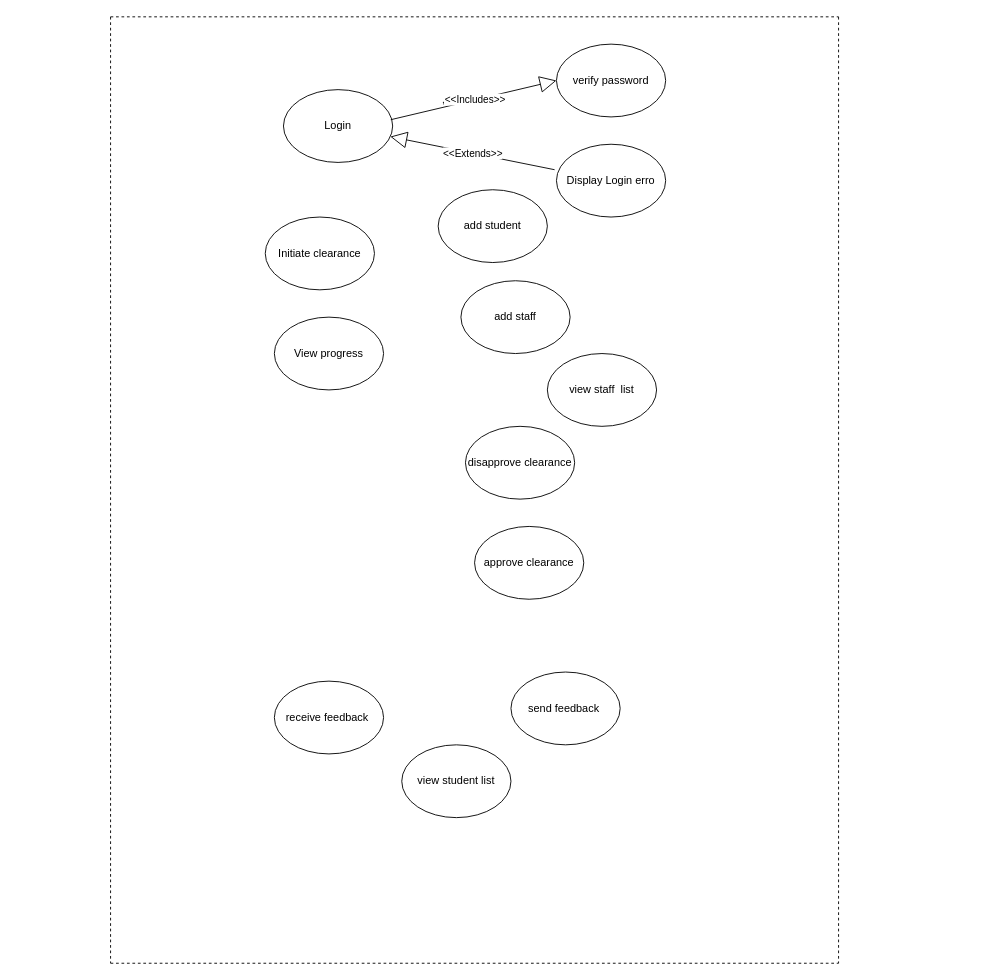
This is clearance use case diagram.drawio from Nelsonfrank/MyToDo-List, a draw.io file, before an edit. Source tidied: cells renumbered, new cells numbered last; positions are measured from the earlier drawing's top-left corner, leaving out a move shared by most shapes. Both pictures are drawn from the tidied source at 91%, with x=0, y=0 at pixel (110, 16).
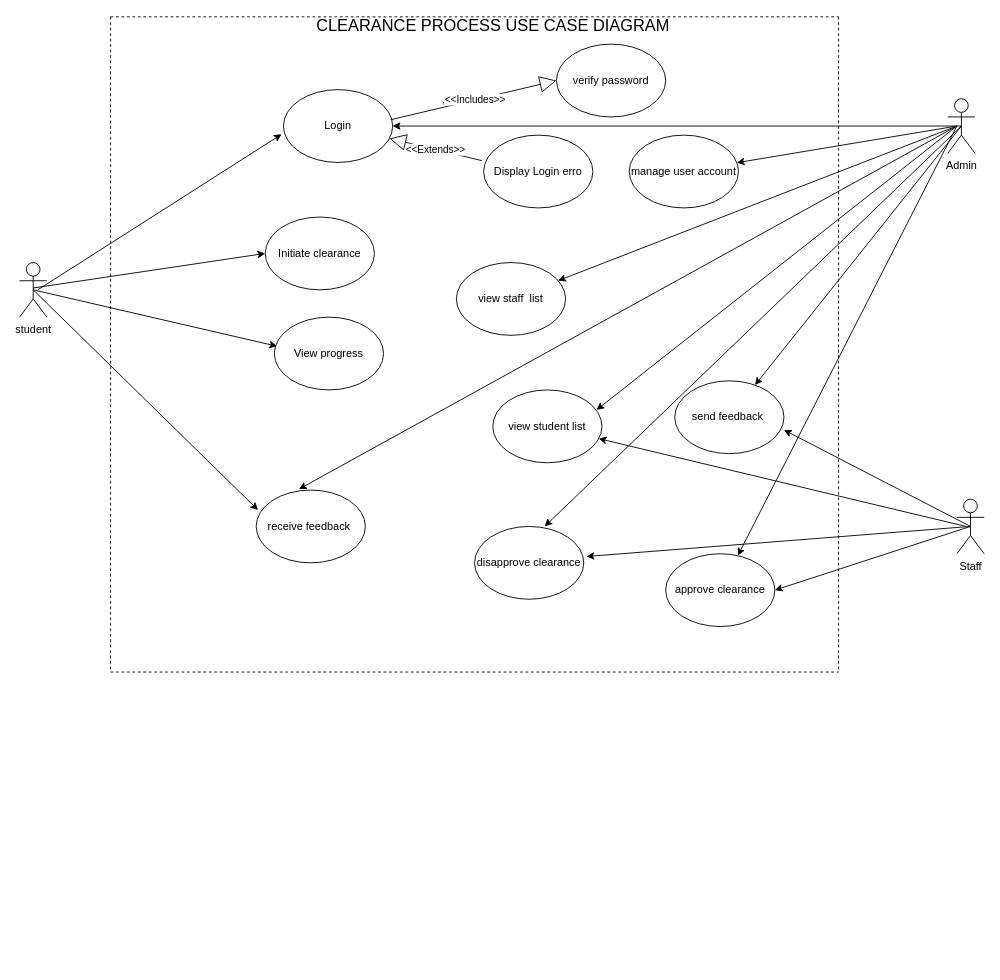
The same diagram, later.

Unchanged cells that the change refers to:
```xml
<mxCell id="6" value="Login" style="ellipse;whiteSpace=wrap;html=1;" parent="1" vertex="1">
  <mxGeometry x="190" y="80" width="120" height="80" as="geometry" />
</mxCell>
<mxCell id="11" value="Initiate clearance" style="ellipse;whiteSpace=wrap;html=1;" parent="1" vertex="1">
  <mxGeometry x="170" y="220" width="120" height="80" as="geometry" />
</mxCell>
<mxCell id="12" value="View progress" style="ellipse;whiteSpace=wrap;html=1;" parent="1" vertex="1">
  <mxGeometry x="180" y="330" width="120" height="80" as="geometry" />
</mxCell>
```

The edit, as a diff of the source:
```diff
@@
     <mxCell id="2" style="endArrow=none;dashed=1;html=1;" parent="1" edge="1">
       <mxGeometry relative="1" as="geometry">
-        <mxPoint y="1040" as="sourcePoint" />
-        <mxPoint x="800" y="1040" as="targetPoint" />
+        <mxPoint y="720" as="sourcePoint" />
+        <mxPoint x="800" y="720" as="targetPoint" />
       </mxGeometry>
     </mxCell>
     <mxCell id="3" style="endArrow=none;dashed=1;html=1;" parent="1" edge="1">
       <mxGeometry relative="1" as="geometry">
         <mxPoint x="800" as="sourcePoint" />
-        <mxPoint x="800" y="1040" as="targetPoint" />
+        <mxPoint x="800" y="720" as="targetPoint" />
       </mxGeometry>
     </mxCell>
     <mxCell id="4" style="endArrow=none;dashed=1;html=1;" parent="1" edge="1">
       <mxGeometry relative="1" as="geometry">
         <mxPoint as="sourcePoint" />
-        <mxPoint y="1040" as="targetPoint" />
+        <mxPoint y="720" as="targetPoint" />
       </mxGeometry>
     </mxCell>
@@
     <mxCell id="7" value="Display Login erro" style="ellipse;whiteSpace=wrap;html=1;" parent="1" vertex="1">
-      <mxGeometry x="490" y="140" width="120" height="80" as="geometry" />
+      <mxGeometry x="410" y="130" width="120" height="80" as="geometry" />
     </mxCell>
@@
-    <mxCell id="13" value="add student" style="ellipse;whiteSpace=wrap;html=1;" parent="1" vertex="1">
-      <mxGeometry x="360" y="190" width="120" height="80" as="geometry" />
-    </mxCell>
-    <mxCell id="14" value="add staff" style="ellipse;whiteSpace=wrap;html=1;" parent="1" vertex="1">
-      <mxGeometry x="385" y="290" width="120" height="80" as="geometry" />
+    <mxCell id="14" value="manage user account" style="ellipse;whiteSpace=wrap;html=1;" parent="1" vertex="1">
+      <mxGeometry x="570" y="130" width="120" height="80" as="geometry" />
     </mxCell>
     <mxCell id="15" value="approve clearance" style="ellipse;whiteSpace=wrap;html=1;" parent="1" vertex="1">
-      <mxGeometry x="400" y="560" width="120" height="80" as="geometry" />
+      <mxGeometry x="610" y="590" width="120" height="80" as="geometry" />
     </mxCell>
     <mxCell id="16" value="disapprove clearance" style="ellipse;whiteSpace=wrap;html=1;" parent="1" vertex="1">
-      <mxGeometry x="390" y="450" width="120" height="80" as="geometry" />
+      <mxGeometry x="400" y="560" width="120" height="80" as="geometry" />
     </mxCell>
     <mxCell id="17" value="view student list" style="ellipse;whiteSpace=wrap;html=1;" parent="1" vertex="1">
-      <mxGeometry x="320" y="800" width="120" height="80" as="geometry" />
+      <mxGeometry x="420" y="410" width="120" height="80" as="geometry" />
     </mxCell>
     <mxCell id="18" value="view staff&amp;nbsp; list" style="ellipse;whiteSpace=wrap;html=1;" parent="1" vertex="1">
-      <mxGeometry x="480" y="370" width="120" height="80" as="geometry" />
+      <mxGeometry x="380" y="270" width="120" height="80" as="geometry" />
     </mxCell>
     <mxCell id="19" value="send feedback&amp;nbsp;" style="ellipse;whiteSpace=wrap;html=1;" parent="1" vertex="1">
-      <mxGeometry x="440" y="720" width="120" height="80" as="geometry" />
+      <mxGeometry x="620" y="400" width="120" height="80" as="geometry" />
     </mxCell>
     <mxCell id="20" value="receive feedback&amp;nbsp;" style="ellipse;whiteSpace=wrap;html=1;" parent="1" vertex="1">
-      <mxGeometry x="180" y="730" width="120" height="80" as="geometry" />
+      <mxGeometry x="160" y="520" width="120" height="80" as="geometry" />
     </mxCell>
+    <mxCell id="21" style="rounded=0;jettySize=auto;html=1;entryX=0;entryY=0.5;entryDx=0;entryDy=0;" parent="1" edge="1" target="11">
+      <mxGeometry relative="1" as="geometry">
+        <mxPoint x="-85" y="298" as="sourcePoint" />
+      </mxGeometry>
+    </mxCell>
+    <mxCell id="22" value="student" style="shape=umlActor;verticalLabelPosition=bottom;verticalAlign=top;html=1;outlineConnect=0;" parent="1" vertex="1">
+      <mxGeometry x="-100" y="270" width="30" height="60" as="geometry" />
+    </mxCell>
+    <mxCell id="23" value="Admin" style="shape=umlActor;verticalLabelPosition=bottom;verticalAlign=top;html=1;outlineConnect=0;" parent="1" vertex="1">
+      <mxGeometry x="920" y="90" width="30" height="60" as="geometry" />
+    </mxCell>
+    <mxCell id="24" value="Staff" style="shape=umlActor;verticalLabelPosition=bottom;verticalAlign=top;html=1;outlineConnect=0;" parent="1" vertex="1">
+      <mxGeometry x="930" y="530" width="30" height="60" as="geometry" />
+    </mxCell>
+    <mxCell id="25" style="endArrow=classic;html=1;entryX=0.025;entryY=0.4;entryDx=0;entryDy=0;entryPerimeter=0;exitX=0.5;exitY=0.5;exitDx=0;exitDy=0;exitPerimeter=0;" parent="1" edge="1" source="22" target="12">
+      <mxGeometry relative="1" as="geometry" />
+    </mxCell>
+    <mxCell id="26" style="endArrow=classic;html=1;entryX=0.017;entryY=0.275;entryDx=0;entryDy=0;entryPerimeter=0;exitX=0.5;exitY=0.5;exitDx=0;exitDy=0;exitPerimeter=0;" parent="1" edge="1" source="22" target="20">
+      <mxGeometry relative="1" as="geometry" />
+    </mxCell>
+    <mxCell id="27" style="rounded=0;jettySize=auto;html=1;entryX=-0.017;entryY=0.613;entryDx=0;entryDy=0;entryPerimeter=0;" parent="1" edge="1" target="6">
+      <mxGeometry relative="1" as="geometry">
+        <mxPoint x="-80" y="300" as="sourcePoint" />
+      </mxGeometry>
+    </mxCell>
+    <mxCell id="28" style="endArrow=classic;html=1;exitX=0.5;exitY=0.5;exitDx=0;exitDy=0;exitPerimeter=0;" parent="1" edge="1" source="23" target="19">
+      <mxGeometry relative="1" as="geometry" />
+    </mxCell>
+    <mxCell id="29" style="endArrow=classic;html=1;exitX=0.5;exitY=0.5;exitDx=0;exitDy=0;exitPerimeter=0;" parent="1" edge="1" source="23" target="6">
+      <mxGeometry relative="1" as="geometry" />
+    </mxCell>
+    <mxCell id="30" style="endArrow=classic;html=1;" parent="1" edge="1" target="14">
+      <mxGeometry relative="1" as="geometry">
+        <mxPoint x="930" y="120" as="sourcePoint" />
+      </mxGeometry>
+    </mxCell>
+    <mxCell id="31" style="endArrow=classic;html=1;" parent="1" edge="1" target="18">
+      <mxGeometry relative="1" as="geometry">
+        <mxPoint x="930" y="120" as="sourcePoint" />
+      </mxGeometry>
+    </mxCell>
+    <mxCell id="32" style="endArrow=classic;html=1;entryX=1;entryY=0.5;entryDx=0;entryDy=0;exitX=0.5;exitY=0.5;exitDx=0;exitDy=0;exitPerimeter=0;" parent="1" edge="1" source="24" target="15">
+      <mxGeometry relative="1" as="geometry" />
+    </mxCell>
+    <mxCell id="33" style="endArrow=classic;html=1;exitX=0.5;exitY=0.5;exitDx=0;exitDy=0;exitPerimeter=0;entryX=1.025;entryY=0.413;entryDx=0;entryDy=0;entryPerimeter=0;" parent="1" edge="1" source="24" target="16">
+      <mxGeometry relative="1" as="geometry" />
+    </mxCell>
+    <mxCell id="34" style="endArrow=classic;html=1;" parent="1" edge="1" target="17">
+      <mxGeometry relative="1" as="geometry">
+        <mxPoint x="940" y="560" as="sourcePoint" />
+      </mxGeometry>
+    </mxCell>
+    <mxCell id="35" style="endArrow=classic;html=1;entryX=1;entryY=0.675;entryDx=0;entryDy=0;entryPerimeter=0;" parent="1" edge="1" target="19">
+      <mxGeometry relative="1" as="geometry">
+        <mxPoint x="945" y="560" as="sourcePoint" />
+      </mxGeometry>
+    </mxCell>
+    <mxCell id="36" style="endArrow=classic;html=1;exitX=0.5;exitY=0.5;exitDx=0;exitDy=0;exitPerimeter=0;entryX=0.642;entryY=0;entryDx=0;entryDy=0;entryPerimeter=0;" parent="1" edge="1" source="23" target="16">
+      <mxGeometry relative="1" as="geometry" />
+    </mxCell>
+    <mxCell id="37" style="endArrow=classic;html=1;" parent="1" edge="1" target="15">
+      <mxGeometry relative="1" as="geometry">
+        <mxPoint x="930" y="120" as="sourcePoint" />
+      </mxGeometry>
+    </mxCell>
+    <mxCell id="38" style="endArrow=classic;html=1;entryX=0.392;entryY=-0.012;entryDx=0;entryDy=0;entryPerimeter=0;" parent="1" edge="1" target="20">
+      <mxGeometry relative="1" as="geometry">
+        <mxPoint x="930" y="120" as="sourcePoint" />
+      </mxGeometry>
+    </mxCell>
+    <mxCell id="39" style="endArrow=classic;html=1;entryX=0.95;entryY=0.275;entryDx=0;entryDy=0;entryPerimeter=0;" parent="1" edge="1" target="17">
+      <mxGeometry relative="1" as="geometry">
+        <mxPoint x="930" y="120" as="sourcePoint" />
+      </mxGeometry>
+    </mxCell>
+    <mxCell id="40" value="&lt;font style=&quot;font-size: 18px&quot;&gt;CLEARANCE PROCESS USE CASE DIAGRAM&lt;/font&gt;" style="text;html=1;align=center;verticalAlign=middle;" parent="1" vertex="1">
+      <mxGeometry x="220" width="400" height="20" as="geometry" />
+    </mxCell>
```
